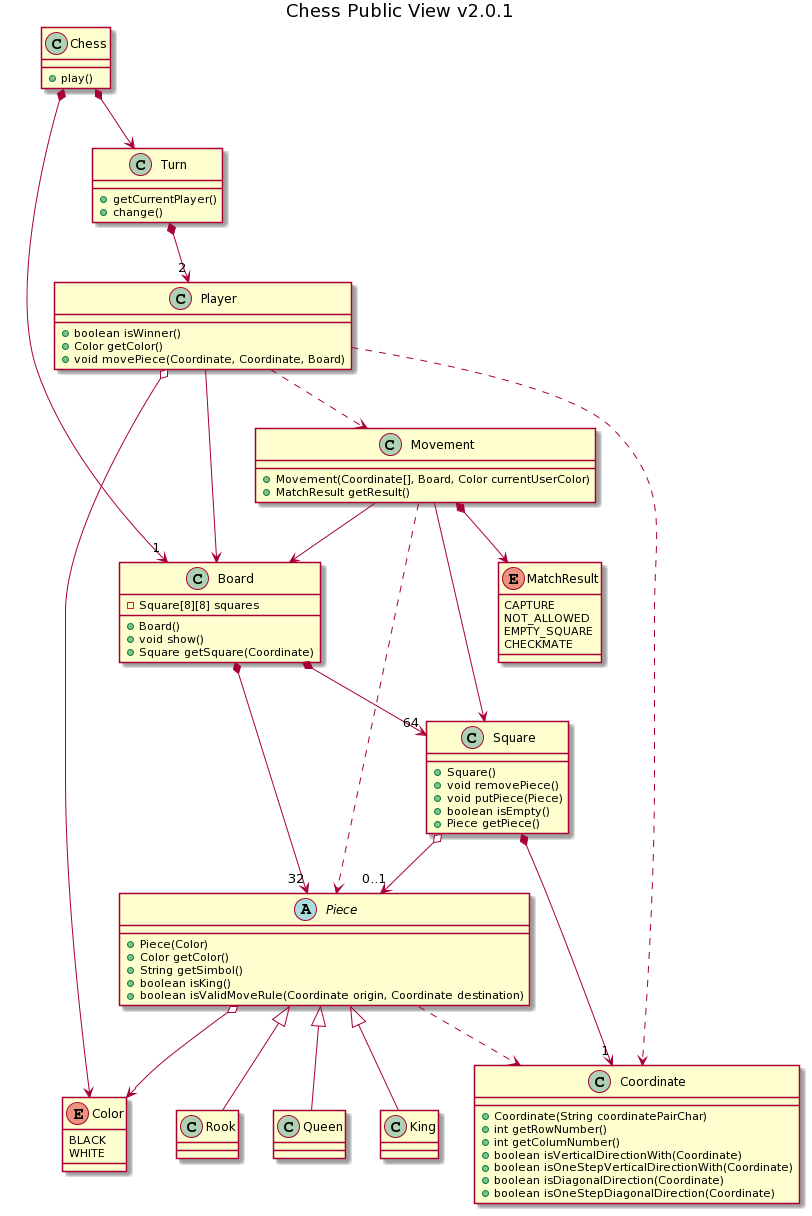
This is out/chess-publicview/ChessPublicView_v2_0_1.png from Master-Desarrollo-20-21/ejercicio-4-ajedrez-polimorfismo-kodenix, a PlantUML export, as it was before one commit. The source it was exported from:
```plantuml
@startuml
title Chess Public View v2.0.1

	class Chess {
		+play()
	}

	class Turn {
		+getCurrentPlayer()
		+change()
	}

	class Player {
		+boolean isWinner()
		+Color getColor()
		+void movePiece(Coordinate, Coordinate, Board)
	}

	enum Color {
		BLACK
		WHITE
	}

	class Board {
		-Square[8][8] squares
		+Board()
		+void show()
		+Square getSquare(Coordinate)
	}

	abstract class Piece {
		+Piece(Color)
		+Color getColor()
		+String getSimbol()
		+boolean isKing()
		+boolean isValidMoveRule(Coordinate origin, Coordinate destination)
	}

	class Coordinate {
		+Coordinate(String coordinatePairChar)
		+int getRowNumber()
		+int getColumNumber()
		+boolean isVerticalDirectionWith(Coordinate)
		+boolean isOneStepVerticalDirectionWith(Coordinate)
		+boolean isDiagonalDirection(Coordinate)
		+boolean isOneStepDiagonalDirection(Coordinate)
	}

	class Square {
		+Square()
		+void removePiece()
		+void putPiece(Piece)
		+boolean isEmpty()
		+Piece getPiece()
	}

	class Movement {
		+Movement(Coordinate[], Board, Color currentUserColor)
		+MatchResult getResult()
	}

	enum MatchResult {
		CAPTURE
		NOT_ALLOWED
		EMPTY_SQUARE
		CHECKMATE
	}

	class King extends Piece {
	}

	class Rook extends Piece {
	}

	class Queen extends Piece {
	}

	Chess *--> "1" Board
	Chess *--> Turn
	Turn *--> "2" Player
	Player o--> Color
	Piece o--> Color
	Piece ..> Coordinate
	Player ..> Coordinate
	Player ..> Movement
	Player --> Board
	Board *--> "64" Square
	Board *--> "32" Piece
	Square o--> "0..1" Piece
	Square *--> "1" Coordinate
	Movement *--> MatchResult
	Movement --> Board
	Movement --> Square
	Movement ..> Piece
@enduml
```
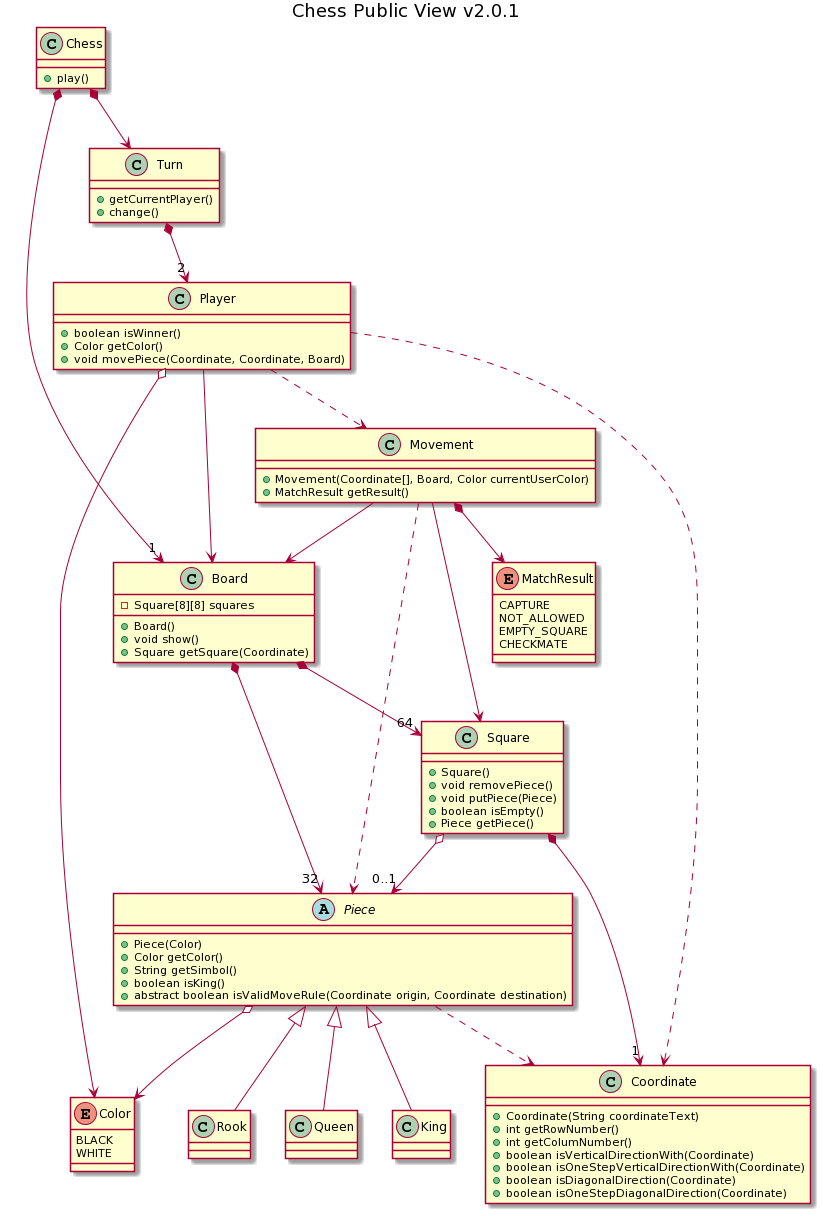
Later version of the same file.

What changed in the source:
```diff
@@ -33,11 +33,11 @@
 		+Color getColor()
 		+String getSimbol()
 		+boolean isKing()
-		+boolean isValidMoveRule(Coordinate origin, Coordinate destination)
+		+abstract boolean isValidMoveRule(Coordinate origin, Coordinate destination)
 	}
 
 	class Coordinate {
-		+Coordinate(String coordinatePairChar)
+		+Coordinate(String coordinateText)
 		+int getRowNumber()
 		+int getColumNumber()
 		+boolean isVerticalDirectionWith(Coordinate)
```
